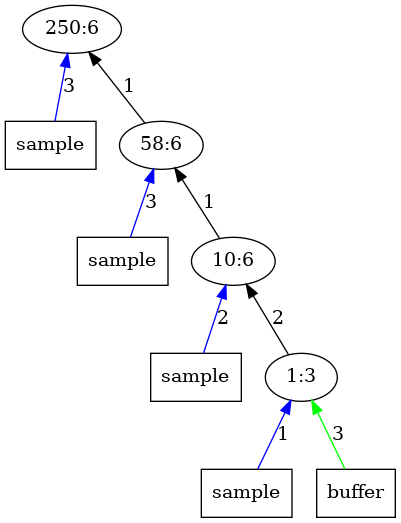
Before: outputImages/op6.png.png, a diagram exported from Graphviz (AbhikKhan/MTP_IITG). Its source is kept beside it as outputTrees/op6.dot.
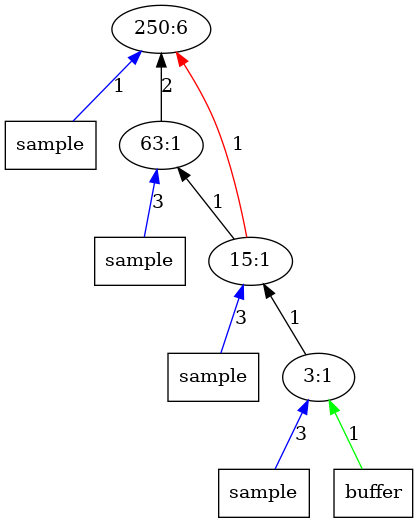
The same file after the commit.

The edit, as a diff of the source:
```diff
@@ -1,20 +1,21 @@
 digraph Tree{
 	rankdir="BT"
-	x11 -> 1 [label = "3", color = "blue"];
+	x11 -> 1 [label = "1", color = "blue"];
 	x11 [label = "sample", shape = "box"];
 	1 [label = "250:6"];
-	2 -> 1 [label = "1", color = "black"];
+	2 -> 1 [label = "2", color = "black"];
 	x21 -> 2 [label = "3", color = "blue"];
 	x21 [label = "sample", shape = "box"];
-	2 [label = "58:6"];
+	2 [label = "63:1"];
 	3 -> 2 [label = "1", color = "black"];
-	x31 -> 3 [label = "2", color = "blue"];
+	3 -> 1 [label = "1", color = "red"];
+	x31 -> 3 [label = "3", color = "blue"];
 	x31 [label = "sample", shape = "box"];
-	3 [label = "10:6"];
-	4 -> 3 [label = "2", color = "black"];
-	x41 -> 4 [label = "1", color = "blue"];
+	3 [label = "15:1"];
+	4 -> 3 [label = "1", color = "black"];
+	x41 -> 4 [label = "3", color = "blue"];
 	x41 [label = "sample", shape = "box"];
-	x42 -> 4 [label = "3", color = "green"];
+	x42 -> 4 [label = "1", color = "green"];
 	x42 [label = "buffer", shape = "box"];
-	4 [label = "1:3"];
+	4 [label = "3:1"];
 }
```
